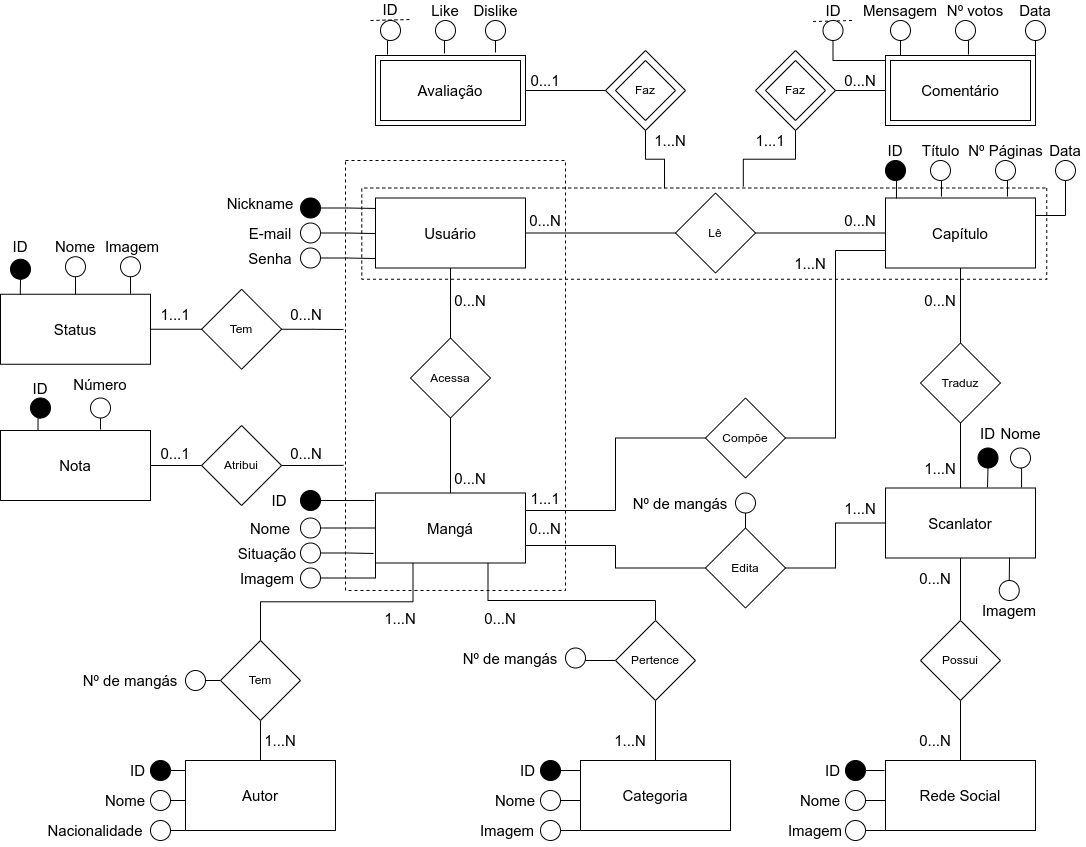
This is Task/ER Model/SiteMangas.drawio.png from RenanGAS/Database-1, a draw.io export, as it was before one commit. Source tidied: cells renumbered, new cells last; positions are measured from the earlier drawing's top-left corner, leaving out a move shared by most shapes.
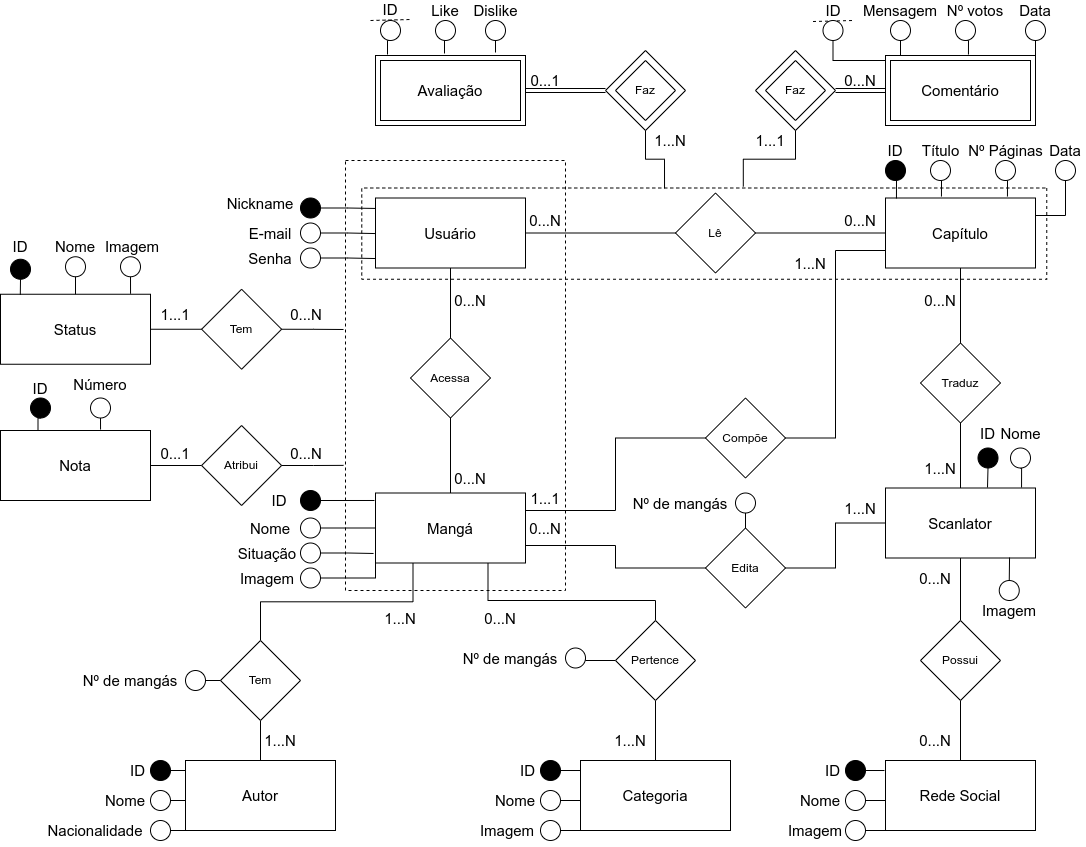
After the commit.

The edit, as a diff of the source:
```diff
@@ -109,7 +109,7 @@
     <mxCell id="35" value="Possui" style="rhombus;whiteSpace=wrap;html=1;" parent="1" vertex="1">
       <mxGeometry x="920" y="729" width="80" height="80" as="geometry" />
     </mxCell>
-    <mxCell id="36" style="edgeStyle=orthogonalEdgeStyle;rounded=0;jettySize=auto;html=1;exitX=1;exitY=0.5;exitDx=0;exitDy=0;entryX=0;entryY=0.5;entryDx=0;entryDy=0;endArrow=none;endFill=0;" parent="1" edge="1" source="37" target="42">
+    <mxCell id="36" style="edgeStyle=orthogonalEdgeStyle;rounded=0;jettySize=auto;html=1;exitX=1;exitY=0.5;exitDx=0;exitDy=0;entryX=0;entryY=0.5;entryDx=0;entryDy=0;endArrow=none;endFill=0;shape=link;" parent="1" edge="1" source="37" target="42">
       <mxGeometry relative="1" as="geometry" />
     </mxCell>
     <mxCell id="37" value="&lt;font style=&quot;font-size: 15px;&quot;&gt;Avaliação&lt;/font&gt;" style="rounded=0;whiteSpace=wrap;html=1;gradientColor=none;fillColor=default;" parent="1" vertex="1">
@@ -130,7 +130,7 @@
     <mxCell id="42" value="Faz" style="rhombus;whiteSpace=wrap;html=1;fillColor=none;" parent="1" vertex="1">
       <mxGeometry x="605" y="159" width="80" height="80" as="geometry" />
     </mxCell>
-    <mxCell id="43" style="edgeStyle=orthogonalEdgeStyle;rounded=0;jettySize=auto;html=1;exitX=1;exitY=0.5;exitDx=0;exitDy=0;entryX=0;entryY=0.5;entryDx=0;entryDy=0;endArrow=none;endFill=0;" parent="1" edge="1" source="45" target="40">
+    <mxCell id="43" style="edgeStyle=orthogonalEdgeStyle;rounded=0;jettySize=auto;html=1;exitX=1;exitY=0.5;exitDx=0;exitDy=0;entryX=0;entryY=0.5;entryDx=0;entryDy=0;endArrow=none;endFill=0;shape=link;" parent="1" edge="1" source="45" target="40">
       <mxGeometry relative="1" as="geometry" />
     </mxCell>
     <mxCell id="44" style="edgeStyle=orthogonalEdgeStyle;rounded=0;jettySize=auto;html=1;exitX=0.5;exitY=1;exitDx=0;exitDy=0;entryX=-0.016;entryY=0.443;entryDx=0;entryDy=0;entryPerimeter=0;endArrow=none;endFill=0;" parent="1" edge="1" source="45" target="120">
```
